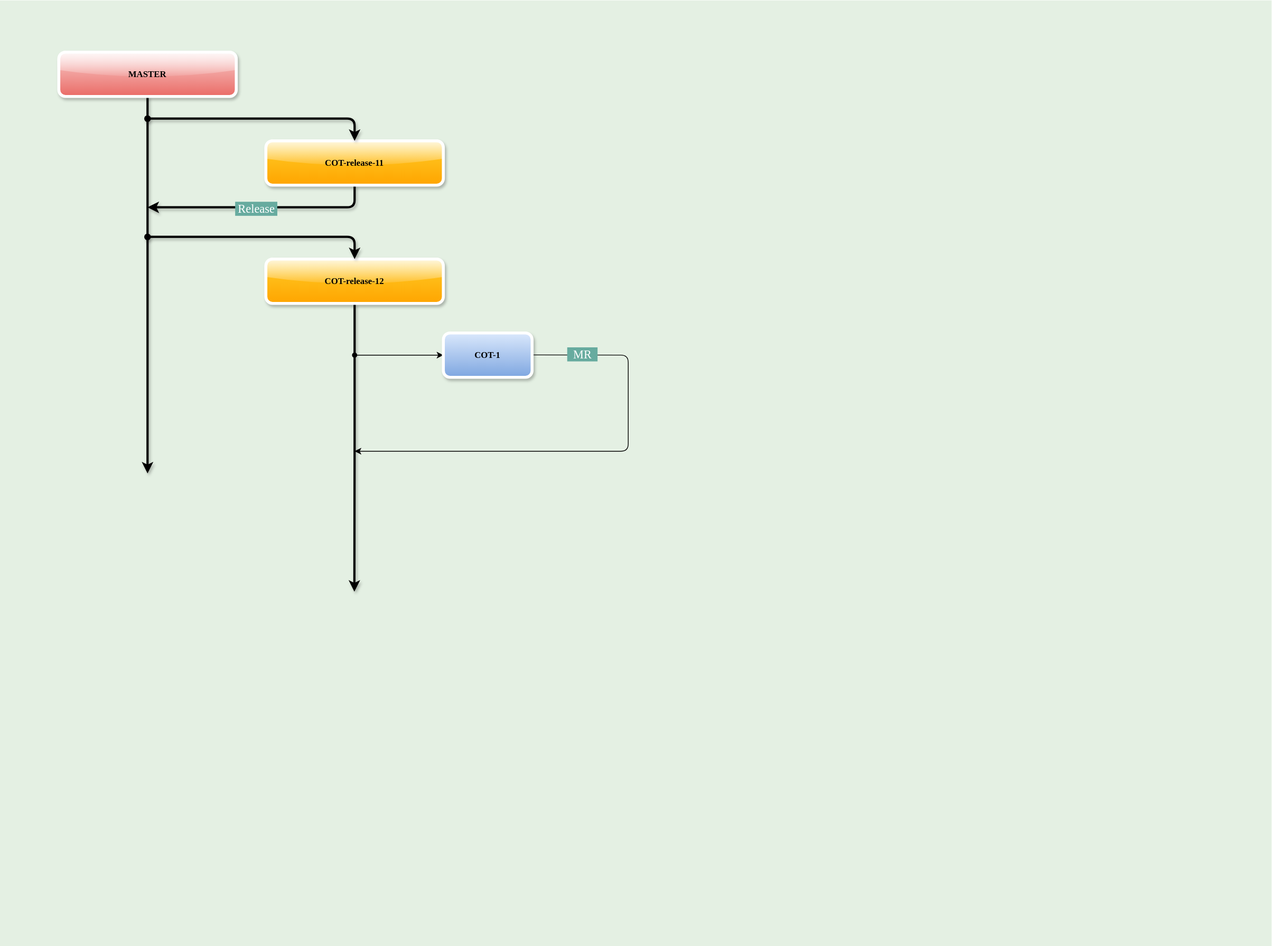
The draw.io diagram Git-flow.drawio.svg in alexander-lyakhov/draw.io, before a commit. Source tidied: cells renumbered, new cells last; positions are measured from the earlier drawing's top-left corner, leaving out a move shared by most shapes.
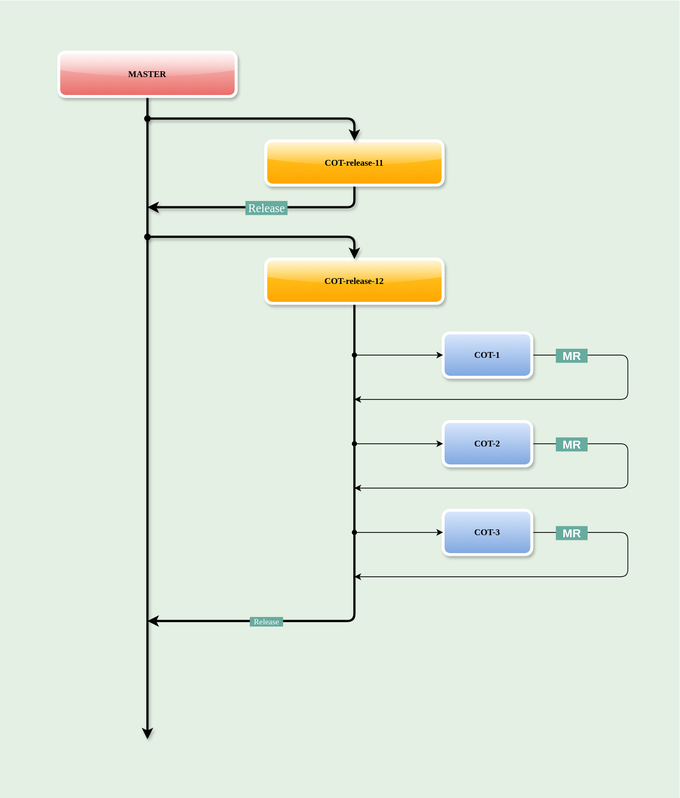
Above is the later version.

What changed in the source:
```diff
@@ -3,18 +3,27 @@
     <mxCell id="0" />
     <mxCell id="1" parent="0" />
     <mxCell id="2" style="rounded=0;whiteSpace=wrap;html=1;fillColor=#D5E8D4;opacity=64;strokeColor=none;" parent="1" vertex="1">
-      <mxGeometry width="1720" height="1280" as="geometry" />
+      <mxGeometry width="920" height="1080" as="geometry" />
     </mxCell>
     <mxCell id="3" style="endArrow=classic;html=1;rounded=0;exitX=0.5;exitY=1;exitDx=0;exitDy=0;curved=0;shadow=1;strokeWidth=3;strokeColor=#000000;" parent="1" edge="1" source="11">
       <mxGeometry relative="1" as="geometry">
-        <mxPoint x="200" y="640" as="targetPoint" />
+        <mxPoint x="200" y="1000" as="targetPoint" />
       </mxGeometry>
     </mxCell>
-    <mxCell id="4" style="edgeStyle=orthogonalEdgeStyle;rounded=1;jettySize=auto;html=1;exitX=0.5;exitY=1;exitDx=0;exitDy=0;strokeWidth=3;curved=0;shadow=1;" parent="1" edge="1" source="5">
+    <mxCell id="4" style="edgeStyle=orthogonalEdgeStyle;rounded=1;jettySize=auto;html=1;exitX=0.5;exitY=1;exitDx=0;exitDy=0;strokeWidth=3;curved=0;shadow=0;" parent="1" edge="1" source="5">
       <mxGeometry relative="1" as="geometry">
-        <mxPoint x="479.7" y="800" as="targetPoint" />
+        <mxPoint x="200" y="840" as="targetPoint" />
+        <Array as="points">
+          <mxPoint x="480" y="840" />
+          <mxPoint x="200" y="840" />
+        </Array>
       </mxGeometry>
     </mxCell>
+    <mxCell id="16" value="&amp;nbsp; Release&amp;nbsp;&amp;nbsp;" style="edgeLabel;html=1;align=center;verticalAlign=middle;labelBackgroundColor=#67AB9F;fontColor=#FFFFFF;fontFamily=Verdana;fontStyle=0;" parent="4" vertex="1">
+      <mxGeometry x="0.62" y="-3" relative="1" as="geometry">
+        <mxPoint x="25" y="3" as="offset" />
+      </mxGeometry>
+    </mxCell>
     <mxCell id="5" value="COT-release-12" style="rounded=1;whiteSpace=wrap;html=1;fillColor=#ffcd28;strokeColor=#FFFFFF;shadow=1;glass=1;strokeWidth=4;align=center;verticalAlign=middle;fontFamily=Verdana;fontSize=12;fontColor=#000000;fontStyle=1;perimeterSpacing=0;gradientColor=#ffa500;" parent="1" vertex="1">
       <mxGeometry x="360" y="350" width="240" height="60" as="geometry" />
     </mxCell>
@@ -35,7 +44,9 @@
       </mxGeometry>
     </mxCell>
     <mxCell id="8" value="&amp;nbsp;Release&amp;nbsp;" style="edgeLabel;html=1;align=center;verticalAlign=middle;labelBackgroundColor=#67AB9F;fontColor=#FFFFFF;textShadow=0;fontSize=16;labelBorderColor=none;fontFamily=Verdana;" parent="7" vertex="1">
-      <mxGeometry x="0.06" y="1" relative="1" as="geometry" />
+      <mxGeometry x="0.06" y="1" relative="1" as="geometry">
+        <mxPoint x="14" y="-1" as="offset" />
+      </mxGeometry>
     </mxCell>
     <mxCell id="9" value="COT-release-11" style="rounded=1;whiteSpace=wrap;html=1;fillColor=#ffcd28;strokeColor=#FFFFFF;shadow=1;glass=1;strokeWidth=4;align=center;verticalAlign=middle;fontFamily=Verdana;fontSize=12;fontStyle=1;gradientColor=#ffa500;fontColor=#000000;" parent="1" vertex="1">
       <mxGeometry x="360" y="190" width="240" height="60" as="geometry" />
@@ -51,28 +62,71 @@
     <mxCell id="11" value="MASTER" style="rounded=1;whiteSpace=wrap;html=1;fillColor=#f8cecc;strokeColor=#FFFFFF;fontFamily=Verdana;shadow=1;glass=1;strokeWidth=4;fontStyle=1;gradientColor=#ea6b66;" parent="1" vertex="1">
       <mxGeometry x="80" y="70" width="240" height="60" as="geometry" />
     </mxCell>
-    <mxCell id="12" style="endArrow=classic;html=1;rounded=0;startArrow=oval;startFill=1;" parent="1" edge="1">
-      <mxGeometry relative="1" as="geometry">
-        <mxPoint x="480" y="480" as="sourcePoint" />
-        <mxPoint x="600" y="480" as="targetPoint" />
-      </mxGeometry>
-    </mxCell>
-    <mxCell id="13" style="endArrow=classic;html=1;rounded=1;curved=0;" parent="1" edge="1">
+    <mxCell id="13" style="endArrow=classic;html=1;rounded=1;curved=0;exitX=1;exitY=0.5;exitDx=0;exitDy=0;" parent="1" edge="1" source="15">
       <mxGeometry relative="1" as="geometry">
-        <mxPoint x="720" y="479.8" as="sourcePoint" />
-        <mxPoint x="480" y="610" as="targetPoint" />
+        <mxPoint x="480" y="540" as="targetPoint" />
         <Array as="points">
           <mxPoint x="850" y="480" />
-          <mxPoint x="850" y="610" />
-          <mxPoint x="660" y="610" />
+          <mxPoint x="850" y="540" />
         </Array>
       </mxGeometry>
     </mxCell>
-    <mxCell id="14" value="&amp;nbsp; MR&amp;nbsp;&amp;nbsp;" style="edgeLabel;html=1;align=center;verticalAlign=middle;labelBackgroundColor=#67AB9F;fontColor=#FFFFFF;fontFamily=Verdana;fontSize=16;textShadow=0;" parent="13" vertex="1">
-      <mxGeometry x="-0.79" y="2" relative="1" as="geometry" />
+    <mxCell id="14" value="&amp;nbsp; MR&amp;nbsp;&amp;nbsp;" style="edgeLabel;html=1;align=center;verticalAlign=middle;labelBackgroundColor=#67AB9F;fontColor=#FFFFFF;fontFamily=Helvetica;fontSize=16;textShadow=0;fontStyle=1;" parent="13" vertex="1">
+      <mxGeometry x="-0.79" y="2" relative="1" as="geometry">
+        <mxPoint x="-7" y="2" as="offset" />
+      </mxGeometry>
     </mxCell>
     <mxCell id="15" value="COT-1" style="rounded=1;whiteSpace=wrap;html=1;fillColor=#dae8fc;gradientColor=#7ea6e0;strokeColor=#FFFFFF;strokeWidth=4;shadow=1;fontStyle=1;fontFamily=Verdana;" parent="1" vertex="1">
       <mxGeometry x="600" y="450" width="120" height="60" as="geometry" />
     </mxCell>
+    <mxCell id="12" style="endArrow=classic;html=1;rounded=0;startArrow=oval;startFill=1;entryX=0;entryY=0.5;entryDx=0;entryDy=0;" parent="1" edge="1" target="15">
+      <mxGeometry relative="1" as="geometry">
+        <mxPoint x="480" y="480" as="sourcePoint" />
+      </mxGeometry>
+    </mxCell>
+    <mxCell id="17" style="endArrow=classic;html=1;rounded=1;curved=0;exitX=1;exitY=0.5;exitDx=0;exitDy=0;" parent="1" edge="1" source="19">
+      <mxGeometry relative="1" as="geometry">
+        <mxPoint x="480" y="660" as="targetPoint" />
+        <Array as="points">
+          <mxPoint x="850" y="600" />
+          <mxPoint x="850" y="660" />
+        </Array>
+      </mxGeometry>
+    </mxCell>
+    <mxCell id="18" value="&amp;nbsp; MR&amp;nbsp;&amp;nbsp;" style="edgeLabel;html=1;align=center;verticalAlign=middle;labelBackgroundColor=#67AB9F;fontColor=#FFFFFF;fontFamily=Helvetica;fontSize=16;textShadow=0;fontStyle=1;" parent="17" vertex="1">
+      <mxGeometry x="-0.79" y="2" relative="1" as="geometry">
+        <mxPoint x="-7" y="2" as="offset" />
+      </mxGeometry>
+    </mxCell>
+    <mxCell id="19" value="COT-2" style="rounded=1;whiteSpace=wrap;html=1;fillColor=#dae8fc;gradientColor=#7ea6e0;strokeColor=#FFFFFF;strokeWidth=4;shadow=1;fontStyle=1;fontFamily=Verdana;" parent="1" vertex="1">
+      <mxGeometry x="600" y="570" width="120" height="60" as="geometry" />
+    </mxCell>
+    <mxCell id="20" style="endArrow=classic;html=1;rounded=0;startArrow=oval;startFill=1;entryX=0;entryY=0.5;entryDx=0;entryDy=0;" parent="1" edge="1" target="19">
+      <mxGeometry relative="1" as="geometry">
+        <mxPoint x="480" y="600" as="sourcePoint" />
+      </mxGeometry>
+    </mxCell>
+    <mxCell id="21" style="endArrow=classic;html=1;rounded=1;curved=0;exitX=1;exitY=0.5;exitDx=0;exitDy=0;" parent="1" edge="1" source="23">
+      <mxGeometry relative="1" as="geometry">
+        <mxPoint x="480" y="780" as="targetPoint" />
+        <Array as="points">
+          <mxPoint x="850" y="720" />
+          <mxPoint x="850" y="780" />
+        </Array>
+      </mxGeometry>
+    </mxCell>
+    <mxCell id="22" value="&amp;nbsp; MR&amp;nbsp;&amp;nbsp;" style="edgeLabel;html=1;align=center;verticalAlign=middle;labelBackgroundColor=#67AB9F;fontColor=#FFFFFF;fontFamily=Helvetica;fontSize=16;textShadow=0;fontStyle=1;" parent="21" vertex="1">
+      <mxGeometry x="-0.79" y="2" relative="1" as="geometry">
+        <mxPoint x="-7" y="2" as="offset" />
+      </mxGeometry>
+    </mxCell>
+    <mxCell id="23" value="COT-3" style="rounded=1;whiteSpace=wrap;html=1;fillColor=#dae8fc;gradientColor=#7ea6e0;strokeColor=#FFFFFF;strokeWidth=4;shadow=1;fontStyle=1;fontFamily=Verdana;" parent="1" vertex="1">
+      <mxGeometry x="600" y="690" width="120" height="60" as="geometry" />
+    </mxCell>
+    <mxCell id="24" style="endArrow=classic;html=1;rounded=0;startArrow=oval;startFill=1;entryX=0;entryY=0.5;entryDx=0;entryDy=0;" parent="1" edge="1" target="23">
+      <mxGeometry relative="1" as="geometry">
+        <mxPoint x="480" y="720" as="sourcePoint" />
+      </mxGeometry>
+    </mxCell>
   </root>
 </mxGraphModel>
```
